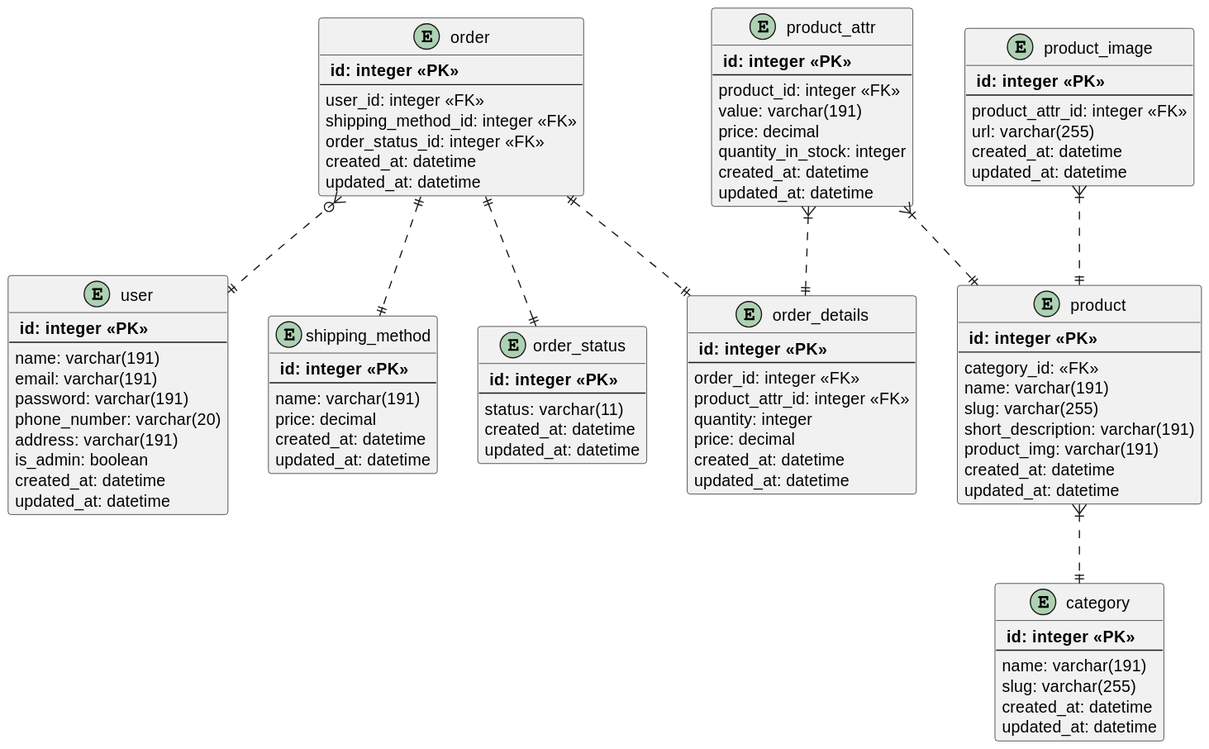
This is Docs/out/Docs/erd/entity_relationship.svg from vuxuanthanh1203/final-project, a PlantUML export, as it was before one commit.
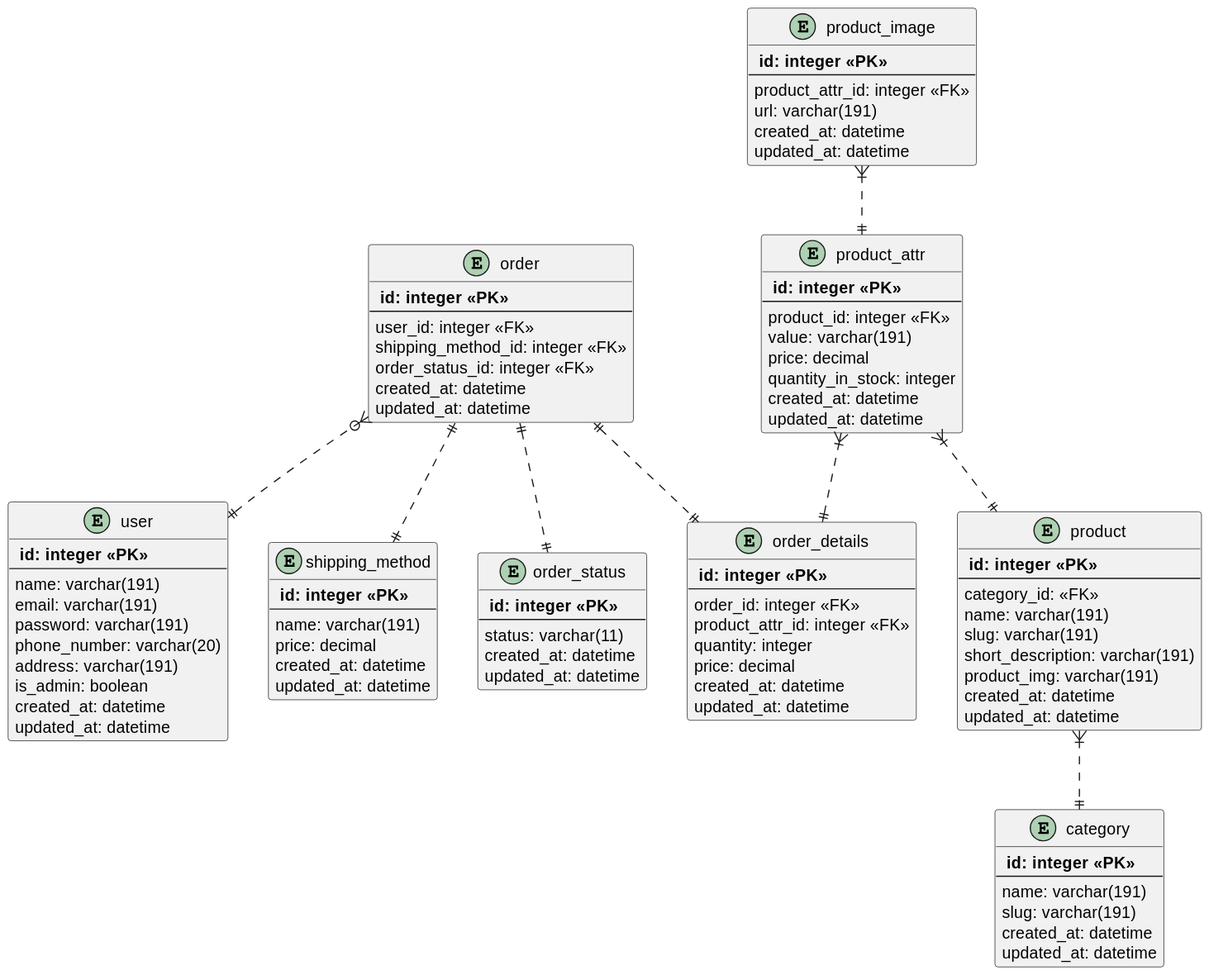
The same file after the commit.

Diff of the diagram source:
```diff
@@ -16,7 +16,7 @@
         ** id: integer <<PK>> **
         --
         name: varchar(191)
-        slug: varchar(255)
+        slug: varchar(191)
         created_at: datetime
         updated_at: datetime
     }
@@ -26,7 +26,7 @@
         --
         category_id: <<FK>>
         name: varchar(191)
-        slug: varchar(255)
+        slug: varchar(191)
         short_description: varchar(191)
         product_img: varchar(191)
         created_at: datetime
@@ -48,7 +48,7 @@
         ** id: integer <<PK>> **
         --
         product_attr_id: integer <<FK>>
-        url: varchar(255)
+        url: varchar(191)
         created_at: datetime
         updated_at: datetime
     }
@@ -93,7 +93,7 @@
 
     product }|..|| category
     product_attr }|..|| product
-    product_image }|..|| product
+    product_image }|..|| product_attr
     order }o..|| user
     order ||..|| order_details
     order ||..|| order_status
```
